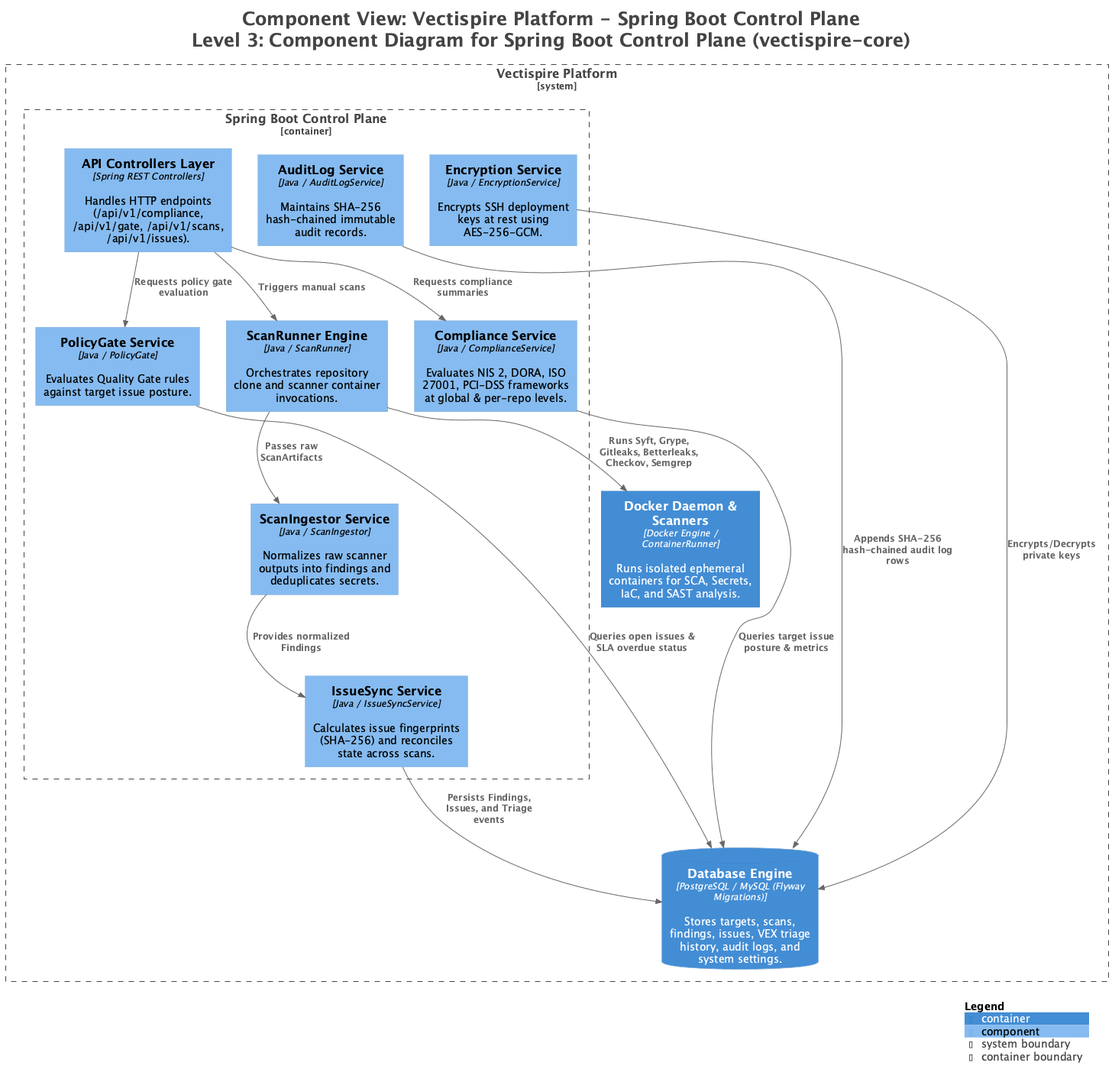
Earlier version of the PlantUML export docs/architecture/c4/diagrams/structurizr-Components.png (asmolabs/vectispire).
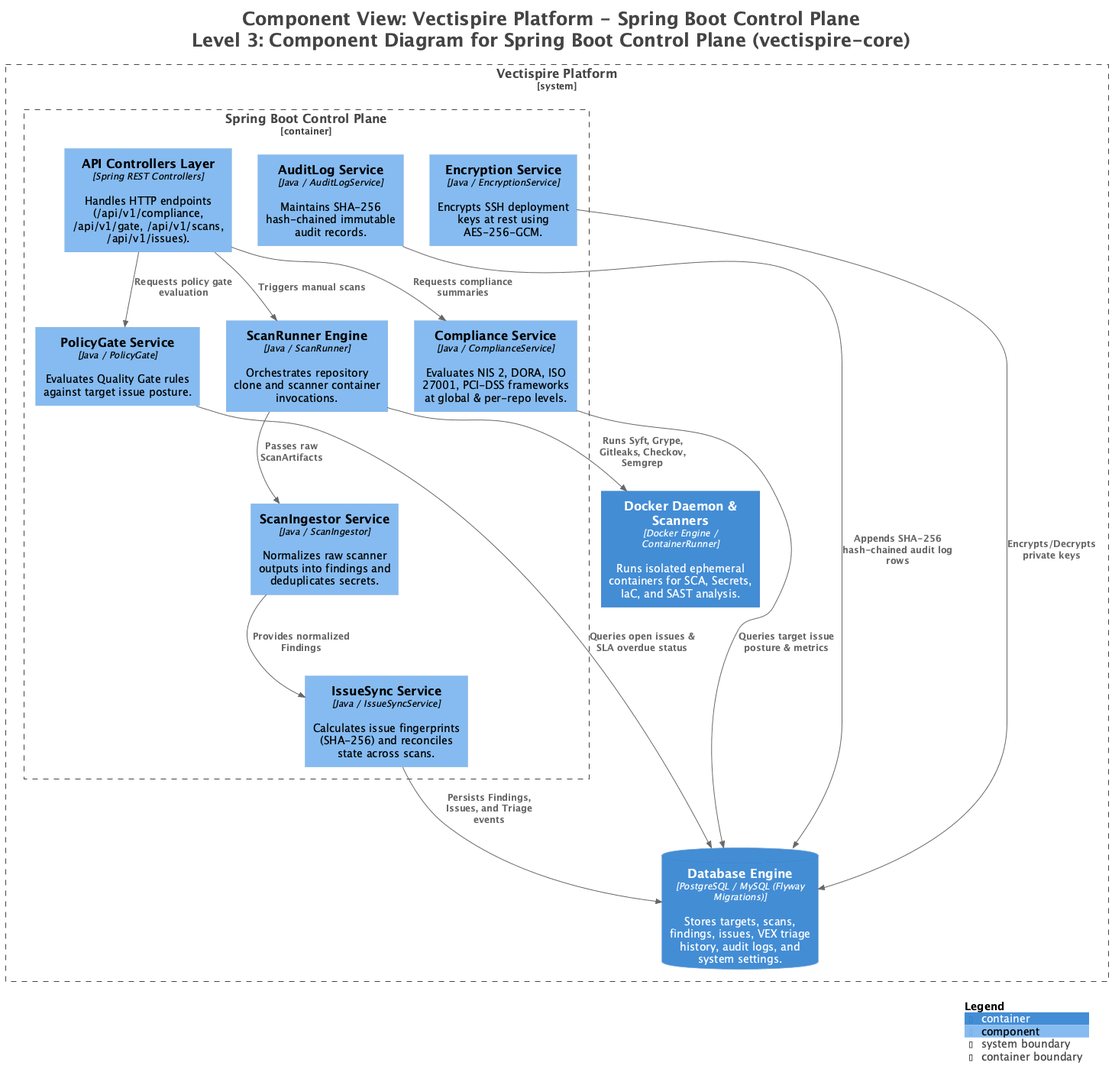
The same file after the commit.

Change to the diagram source:
```diff
@@ -35,7 +35,7 @@
 Rel(VectispirePlatform.SpringBootControlPlane.APIControllersLayer, VectispirePlatform.SpringBootControlPlane.ComplianceService, "Requests compliance summaries", $techn="", $tags="", $link="")
 Rel(VectispirePlatform.SpringBootControlPlane.APIControllersLayer, VectispirePlatform.SpringBootControlPlane.PolicyGateService, "Requests policy gate evaluation", $techn="", $tags="", $link="")
 Rel(VectispirePlatform.SpringBootControlPlane.APIControllersLayer, VectispirePlatform.SpringBootControlPlane.ScanRunnerEngine, "Triggers manual scans", $techn="", $tags="", $link="")
-Rel(VectispirePlatform.SpringBootControlPlane.ScanRunnerEngine, VectispirePlatform.DockerDaemonScanners, "Runs Syft, Grype, Gitleaks, Betterleaks, Checkov, Semgrep", $techn="", $tags="", $link="")
+Rel(VectispirePlatform.SpringBootControlPlane.ScanRunnerEngine, VectispirePlatform.DockerDaemonScanners, "Runs Syft, Grype, Gitleaks, Checkov, Semgrep", $techn="", $tags="", $link="")
 Rel(VectispirePlatform.SpringBootControlPlane.ScanRunnerEngine, VectispirePlatform.SpringBootControlPlane.ScanIngestorService, "Passes raw ScanArtifacts", $techn="", $tags="", $link="")
 Rel(VectispirePlatform.SpringBootControlPlane.ScanIngestorService, VectispirePlatform.SpringBootControlPlane.IssueSyncService, "Provides normalized Findings", $techn="", $tags="", $link="")
 Rel(VectispirePlatform.SpringBootControlPlane.IssueSyncService, VectispirePlatform.DatabaseEngine, "Persists Findings, Issues, and Triage events", $techn="", $tags="", $link="")
```
